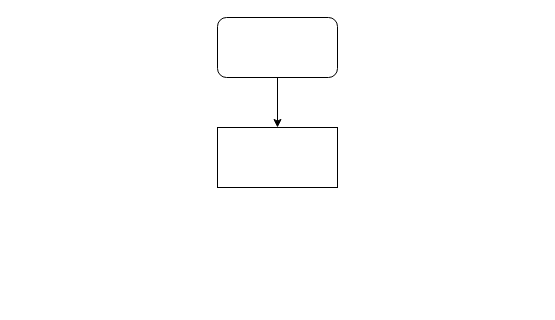
The draw.io diagram rabbitmq-mall.drawio in liepig1223/drawio, before the edit. Source tidied: cells renumbered, new cells numbered last; positions are measured from the earlier drawing's top-left corner, leaving out a move shared by most shapes. Both pictures are drawn from the tidied source at 100%, with x=0, y=0 at pixel (217, 17).
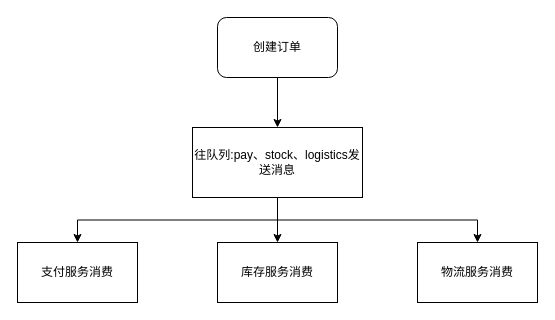
The same diagram, later.

Change to the diagram source:
```diff
@@
 <mxGraphModel>
   <root>
     <mxCell id="0" />
     <mxCell id="1" parent="0" />
     <mxCell id="2" style="edgeStyle=orthogonalEdgeStyle;rounded=0;jettySize=auto;html=1;exitX=0.5;exitY=1;exitDx=0;exitDy=0;" parent="1" edge="1" source="3" target="4">
       <mxGeometry relative="1" as="geometry" />
     </mxCell>
-    <mxCell id="3" style="rounded=1;whiteSpace=wrap;html=1;" parent="1" vertex="1">
+    <mxCell id="3" value="创建订单" style="rounded=1;whiteSpace=wrap;html=1;" parent="1" vertex="1">
       <mxGeometry width="120" height="60" as="geometry" />
     </mxCell>
+    <mxCell id="5" style="edgeStyle=orthogonalEdgeStyle;rounded=0;jettySize=auto;html=1;exitX=0.5;exitY=1;exitDx=0;exitDy=0;entryX=0.5;entryY=0;entryDx=0;entryDy=0;" parent="1" edge="1" source="4" target="9">
+      <mxGeometry relative="1" as="geometry" />
+    </mxCell>
+    <mxCell id="6" style="edgeStyle=orthogonalEdgeStyle;rounded=0;jettySize=auto;html=1;exitX=0.5;exitY=1;exitDx=0;exitDy=0;entryX=0.5;entryY=0;entryDx=0;entryDy=0;" parent="1" edge="1" source="4" target="8">
+      <mxGeometry relative="1" as="geometry" />
+    </mxCell>
+    <mxCell id="7" style="edgeStyle=orthogonalEdgeStyle;rounded=0;jettySize=auto;html=1;exitX=0.5;exitY=1;exitDx=0;exitDy=0;" parent="1" edge="1" source="4" target="10">
+      <mxGeometry relative="1" as="geometry" />
+    </mxCell>
-    <mxCell id="4" style="rounded=0;whiteSpace=wrap;html=1;" parent="1" vertex="1">
-      <mxGeometry y="110" width="120" height="60" as="geometry" />
+    <mxCell id="4" value="往队列:pay、stock、logistics发送消息" style="rounded=0;whiteSpace=wrap;html=1;" parent="1" vertex="1">
+      <mxGeometry x="-25" y="110" width="170" height="70" as="geometry" />
     </mxCell>
+    <mxCell id="8" value="支付服务消费" style="rounded=0;whiteSpace=wrap;html=1;" parent="1" vertex="1">
+      <mxGeometry x="-200" y="225" width="120" height="60" as="geometry" />
+    </mxCell>
+    <mxCell id="9" value="库存服务消费" style="rounded=0;whiteSpace=wrap;html=1;" parent="1" vertex="1">
+      <mxGeometry y="225" width="120" height="60" as="geometry" />
+    </mxCell>
+    <mxCell id="10" value="物流服务消费" style="rounded=0;whiteSpace=wrap;html=1;" parent="1" vertex="1">
+      <mxGeometry x="200" y="225" width="120" height="60" as="geometry" />
+    </mxCell>
   </root>
 </mxGraphModel>
```
